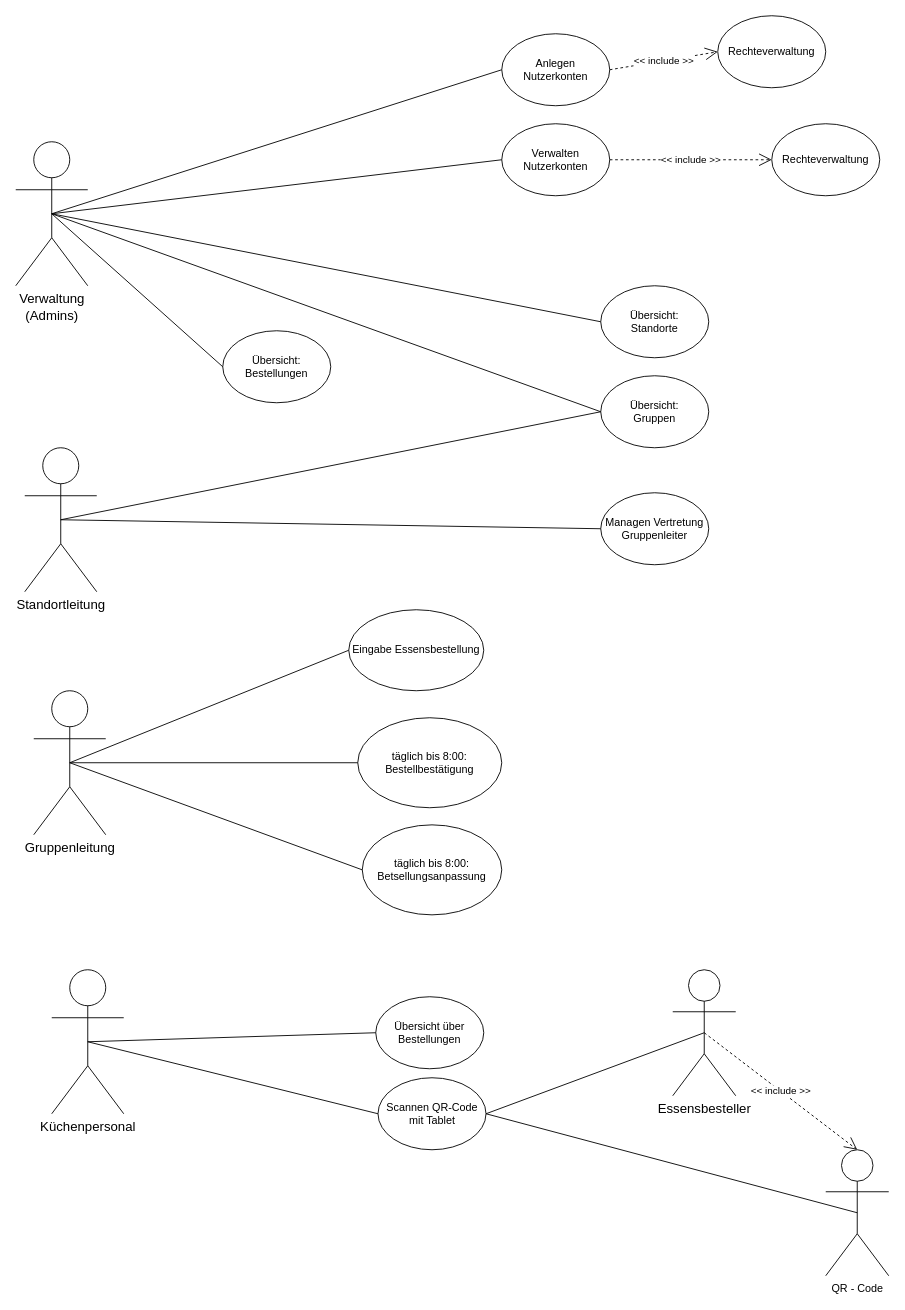
This is 2_Design_UML/Use_Case_Diagram.drawio from 20SEBastian03/PraktikumSoftwaretechnik2024_25, a draw.io file, before an edit. Source tidied: cells renumbered, new cells numbered last; positions are measured from the earlier drawing's top-left corner, leaving out a move shared by most shapes. Both pictures are drawn from the tidied source at 90%, with x=0, y=0 at pixel (15, 15).
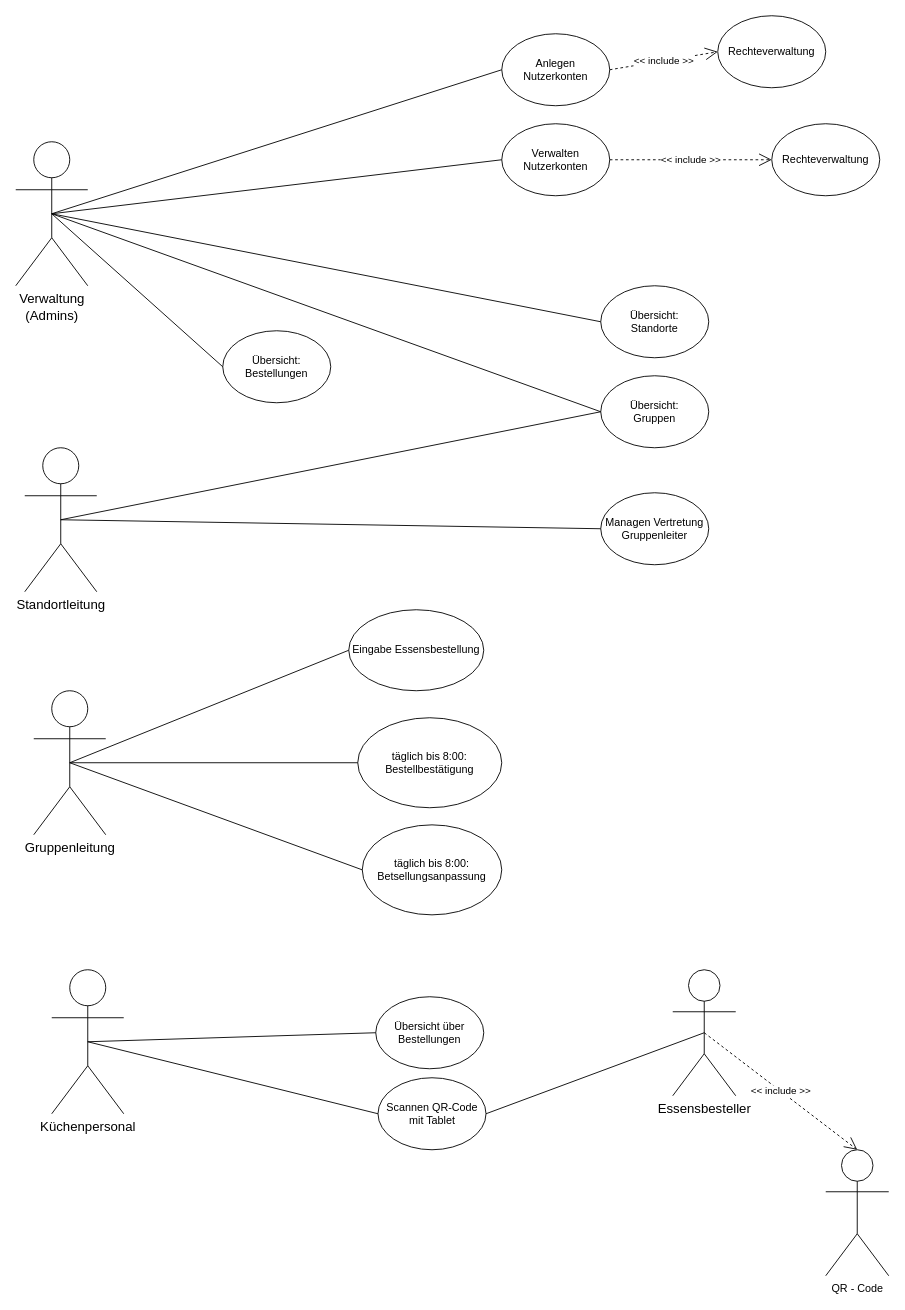
Above is the later version.

Unchanged cells that the change refers to:
```xml
<mxCell id="29" value="Scannen QR-Code mit Tablet" style="ellipse;whiteSpace=wrap;html=1;" parent="1" vertex="1">
  <mxGeometry x="402.5" y="1180" width="120" height="80" as="geometry" />
</mxCell>
<mxCell id="31" value="QR - Code" style="shape=umlActor;verticalLabelPosition=bottom;verticalAlign=top;html=1;outlineConnect=0;" parent="1" vertex="1">
  <mxGeometry x="900" y="1260" width="70" height="140" as="geometry" />
</mxCell>
```

Diff of the diagram source:
```diff
@@
-    <mxCell id="36" style="endArrow=none;html=1;rounded=0;entryX=0.5;entryY=0.5;entryDx=0;entryDy=0;exitX=1;exitY=0.5;exitDx=0;exitDy=0;entryPerimeter=0;" parent="1" edge="1" source="29" target="31">
-      <mxGeometry relative="1" as="geometry" />
-    </mxCell>
```
